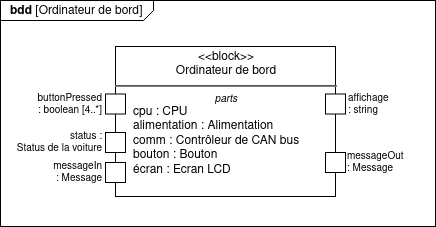
Above: diagrammes/bdd_ordi_de_bord.png in Dalker/ISI-mobility (draw.io), before the change. Source tidied: cells renumbered, new cells last; positions are measured from the earlier drawing's top-left corner, leaving out a move shared by most shapes.
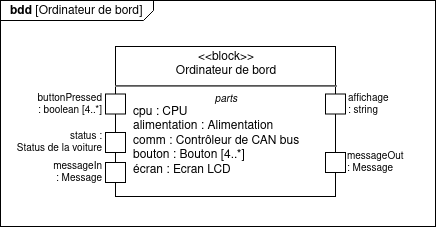
Later version of the same file.

Change to the diagram source:
```diff
@@ -5,7 +5,7 @@
     <mxCell id="2" value="&lt;p style=&quot;margin: 0px ; margin-top: 4px ; margin-left: 10px ; text-align: left&quot;&gt;&lt;b&gt;bdd&lt;/b&gt; [Ordinateur de bord]&lt;br&gt;&lt;/p&gt;" style="html=1;strokeWidth=1;shape=mxgraph.sysml.package;labelX=153;align=left;spacingLeft=10;overflow=fill;" parent="1" vertex="1">
       <mxGeometry width="435" height="226" as="geometry" />
     </mxCell>
-    <mxCell id="3" value="&lt;p style=&quot;margin: 0px ; margin-top: 4px ; text-align: center&quot;&gt;&amp;lt;&amp;lt;block&amp;gt;&amp;gt;&lt;br&gt;Ordinateur de bord&lt;/p&gt;&lt;hr&gt;&lt;p style=&quot;font-size: 10px ; margin: 0px ; text-align: center&quot;&gt;&lt;i&gt;parts&lt;/i&gt;&lt;/p&gt;&lt;p style=&quot;margin: 0px ; margin-left: 8px ; text-align: left&quot;&gt;&amp;nbsp;&amp;nbsp; cpu : CPU&lt;/p&gt;&lt;p style=&quot;margin: 0px ; margin-left: 8px ; text-align: left&quot;&gt;&amp;nbsp;&amp;nbsp; alimentation : Alimentation&lt;/p&gt;&lt;p style=&quot;margin: 0px ; margin-left: 8px ; text-align: left&quot;&gt;&amp;nbsp;&amp;nbsp; comm : Contrôleur de CAN bus&lt;/p&gt;&lt;p style=&quot;margin: 0px ; margin-left: 8px ; text-align: left&quot;&gt;&amp;nbsp;&amp;nbsp; bouton : Bouton&lt;/p&gt;&lt;p style=&quot;margin: 0px ; margin-left: 8px ; text-align: left&quot;&gt;&amp;nbsp;&amp;nbsp; écran : Ecran LCD&lt;br&gt;&lt;/p&gt;" style="shape=rect;html=1;overflow=fill;verticalAlign=top;align=left;whiteSpace=wrap;" parent="2" vertex="1">
+    <mxCell id="3" value="&lt;p style=&quot;margin: 0px ; margin-top: 4px ; text-align: center&quot;&gt;&amp;lt;&amp;lt;block&amp;gt;&amp;gt;&lt;br&gt;Ordinateur de bord&lt;/p&gt;&lt;hr&gt;&lt;p style=&quot;font-size: 10px ; margin: 0px ; text-align: center&quot;&gt;&lt;i&gt;parts&lt;/i&gt;&lt;/p&gt;&lt;p style=&quot;margin: 0px ; margin-left: 8px ; text-align: left&quot;&gt;&amp;nbsp;&amp;nbsp; cpu : CPU&lt;/p&gt;&lt;p style=&quot;margin: 0px ; margin-left: 8px ; text-align: left&quot;&gt;&amp;nbsp;&amp;nbsp; alimentation : Alimentation&lt;/p&gt;&lt;p style=&quot;margin: 0px ; margin-left: 8px ; text-align: left&quot;&gt;&amp;nbsp;&amp;nbsp; comm : Contrôleur de CAN bus&lt;/p&gt;&lt;p style=&quot;margin: 0px ; margin-left: 8px ; text-align: left&quot;&gt;&amp;nbsp;&amp;nbsp; bouton : Bouton [4..*]&lt;br&gt;&lt;/p&gt;&lt;p style=&quot;margin: 0px ; margin-left: 8px ; text-align: left&quot;&gt;&amp;nbsp;&amp;nbsp; écran : Ecran LCD&lt;br&gt;&lt;/p&gt;" style="shape=rect;html=1;overflow=fill;verticalAlign=top;align=left;whiteSpace=wrap;" parent="2" vertex="1">
       <mxGeometry x="115" y="46" width="220" height="150" as="geometry" />
     </mxCell>
     <mxCell id="4" value="&lt;div&gt;status :&lt;/div&gt;&lt;div&gt;Status de la voiture&lt;br&gt;&lt;/div&gt;" style="strokeColor=inherit;fillColor=inherit;gradientColor=inherit;shape=rect;html=1;align=right;verticalAlign=middle;labelPosition=left;verticalLabelPosition=middle;labelBackgroundColor=none;fontSize=10;paart=1;spacingLeft=0;spacingRight=2;" parent="2" vertex="1">
```
